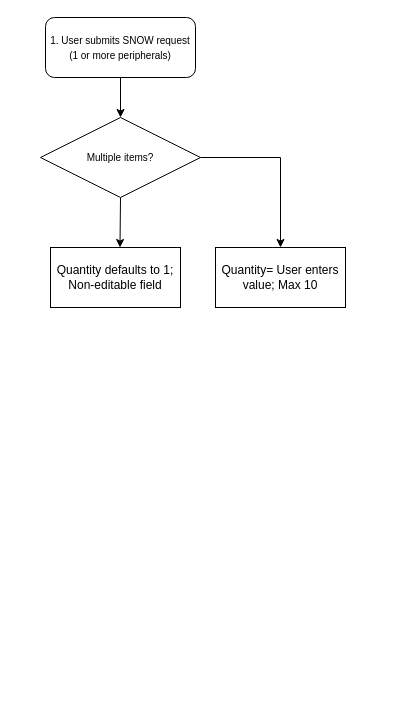
skunduam/draw.io-diagrams keeps this draw.io diagram as Order Placing.drawio. Above is the earlier version. Source tidied: cells renumbered, new cells numbered last; positions are measured from the earlier drawing's top-left corner, leaving out a move shared by most shapes. Both pictures are drawn from the tidied source at 100%, with x=0, y=0 at pixel (40, 17).
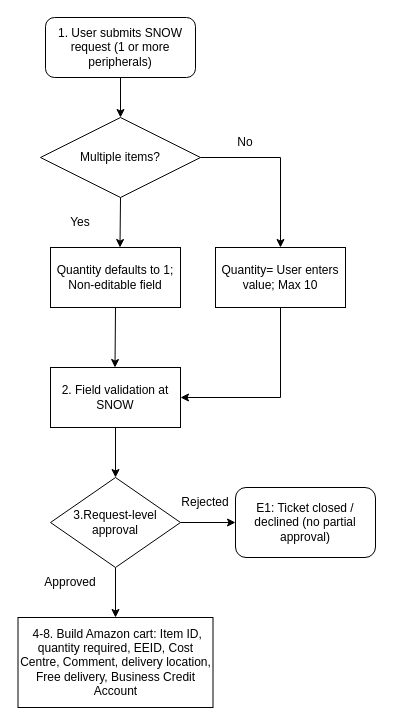
Above is the later version.

Unchanged cells that the change refers to:
```xml
<mxCell id="7" value="&lt;font&gt;Quantity defaults to 1; Non-editable field&lt;/font&gt;" style="rounded=0;whiteSpace=wrap;html=1;" parent="1" vertex="1">
  <mxGeometry x="10" y="230" width="130" height="60" as="geometry" />
</mxCell>
<mxCell id="8" value="Quantity= User enters value; Max 10" style="rounded=0;whiteSpace=wrap;html=1;" parent="1" vertex="1">
  <mxGeometry x="175" y="230" width="130" height="60" as="geometry" />
</mxCell>
```

Diff of the diagram source:
```diff
@@
-    <mxCell id="3" value="&lt;font style=&quot;font-size: 10px;&quot;&gt;1. User submits SNOW request (1 or more peripherals)&lt;/font&gt;" style="rounded=1;whiteSpace=wrap;html=1;" parent="1" vertex="1">
+    <mxCell id="3" value="&lt;font&gt;1. User submits SNOW request (1 or more peripherals)&lt;/font&gt;" style="rounded=1;whiteSpace=wrap;html=1;fontSize=12;" parent="1" vertex="1">
       <mxGeometry x="5" width="150" height="60" as="geometry" />
     </mxCell>
@@
-    <mxCell id="6" value="Multiple items?" style="rhombus;whiteSpace=wrap;html=1;shapeInside=1;fontSize=10;" parent="1" vertex="1">
+    <mxCell id="6" value="Multiple items?" style="rhombus;whiteSpace=wrap;html=1;shapeInside=1;fontSize=12;" parent="1" vertex="1">
       <mxGeometry y="100" width="160" height="80" as="geometry" />
     </mxCell>
+    <mxCell id="9" style="edgeStyle=orthogonalEdgeStyle;rounded=0;jettySize=auto;html=1;exitX=0.5;exitY=1;exitDx=0;exitDy=0;" parent="1" edge="1" source="7">
+      <mxGeometry relative="1" as="geometry">
+        <mxPoint x="74.5" y="350" as="targetPoint" />
+      </mxGeometry>
+    </mxCell>
@@
+    <mxCell id="10" style="edgeStyle=orthogonalEdgeStyle;rounded=0;jettySize=auto;html=1;exitX=0.5;exitY=1;exitDx=0;exitDy=0;entryX=1;entryY=0.5;entryDx=0;entryDy=0;" parent="1" edge="1" source="8" target="12">
+      <mxGeometry relative="1" as="geometry" />
+    </mxCell>
@@
+    <mxCell id="11" style="edgeStyle=orthogonalEdgeStyle;rounded=0;jettySize=auto;html=1;exitX=0.5;exitY=1;exitDx=0;exitDy=0;entryX=0.5;entryY=0;entryDx=0;entryDy=0;" parent="1" edge="1" source="12" target="17">
+      <mxGeometry relative="1" as="geometry" />
+    </mxCell>
+    <mxCell id="12" value="&lt;font&gt;2. Field validation at SNOW&lt;/font&gt;" style="rounded=0;whiteSpace=wrap;html=1;fontSize=12;" parent="1" vertex="1">
+      <mxGeometry x="10" y="350" width="130" height="60" as="geometry" />
+    </mxCell>
+    <mxCell id="13" value="Yes" style="text;html=1;whiteSpace=wrap;strokeColor=none;fillColor=none;align=center;verticalAlign=middle;rounded=0;" parent="1" vertex="1">
+      <mxGeometry x="10" y="190" width="60" height="30" as="geometry" />
+    </mxCell>
+    <mxCell id="14" value="No" style="text;html=1;whiteSpace=wrap;strokeColor=none;fillColor=none;align=center;verticalAlign=middle;rounded=0;" parent="1" vertex="1">
+      <mxGeometry x="175" y="110" width="60" height="30" as="geometry" />
+    </mxCell>
+    <mxCell id="15" style="edgeStyle=orthogonalEdgeStyle;rounded=0;jettySize=auto;html=1;exitX=1;exitY=0.5;exitDx=0;exitDy=0;" parent="1" edge="1" source="17" target="18">
+      <mxGeometry relative="1" as="geometry" />
+    </mxCell>
+    <mxCell id="16" style="edgeStyle=orthogonalEdgeStyle;rounded=0;jettySize=auto;html=1;exitX=0.5;exitY=1;exitDx=0;exitDy=0;entryX=0.5;entryY=0;entryDx=0;entryDy=0;" parent="1" edge="1" source="17" target="20">
+      <mxGeometry relative="1" as="geometry" />
+    </mxCell>
+    <mxCell id="17" value="3.Request-level approval" style="rhombus;whiteSpace=wrap;html=1;shapeInside=1;" parent="1" vertex="1">
+      <mxGeometry x="10" y="460" width="130" height="90" as="geometry" />
+    </mxCell>
+    <mxCell id="18" value="E1: Ticket closed / declined (no partial approval)" style="rounded=1;whiteSpace=wrap;html=1;" parent="1" vertex="1">
+      <mxGeometry x="195" y="470" width="140" height="70" as="geometry" />
+    </mxCell>
+    <mxCell id="19" value="Rejected" style="text;html=1;whiteSpace=wrap;strokeColor=none;fillColor=none;align=center;verticalAlign=middle;rounded=0;" parent="1" vertex="1">
+      <mxGeometry x="135" y="470" width="60" height="30" as="geometry" />
+    </mxCell>
+    <mxCell id="20" value="&amp;nbsp;4-8. Build Amazon cart: Item ID, quantity required, EEID, Cost Centre, Comment, delivery location, Free delivery, Business Credit Account" style="rounded=0;whiteSpace=wrap;html=1;" parent="1" vertex="1">
+      <mxGeometry x="-22.5" y="600" width="195" height="90" as="geometry" />
+    </mxCell>
+    <mxCell id="21" value="Approved" style="text;html=1;whiteSpace=wrap;strokeColor=none;fillColor=none;align=center;verticalAlign=middle;rounded=0;" parent="1" vertex="1">
+      <mxGeometry y="550" width="60" height="30" as="geometry" />
+    </mxCell>
```
